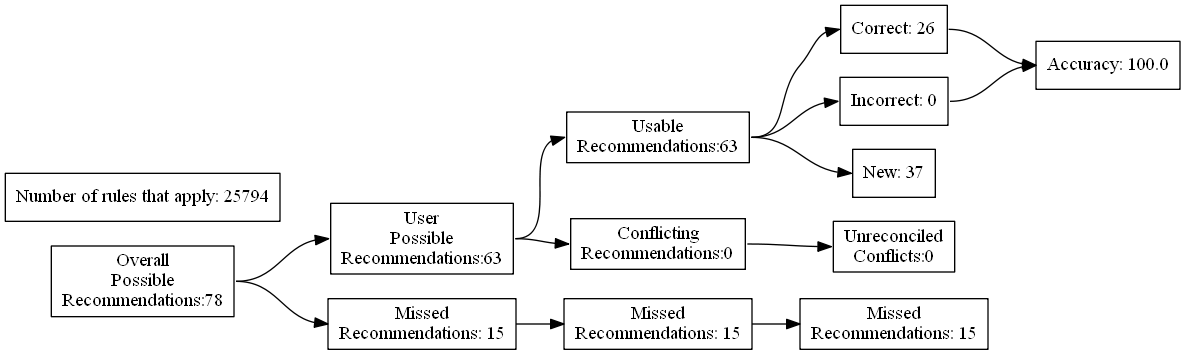
ZaxR/ibd_diet_analysis keeps this Graphviz diagram as test_renders/46.gv.png. Above is the earlier version. Its source is kept beside it as test_renders/46.gv.
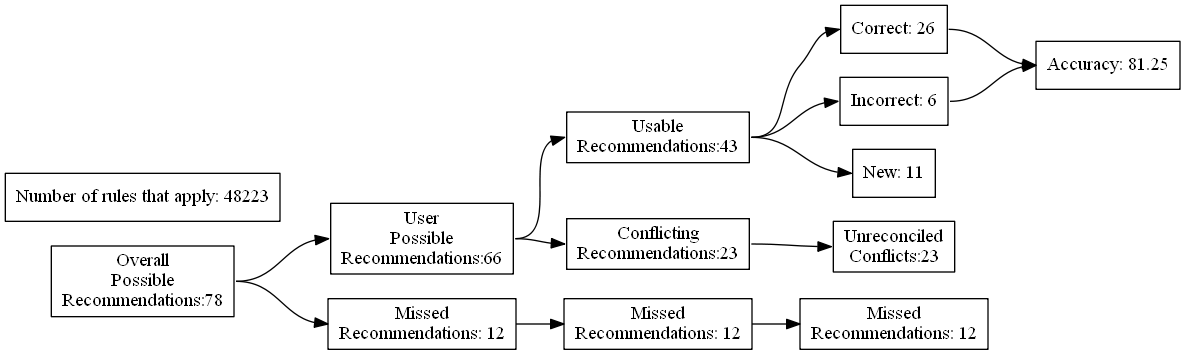
After the commit.

Change to the diagram source:
```diff
@@ -7,24 +7,24 @@
 Recommendations:78"]
 		B [label="User
 Possible
-Recommendations:63"]
+Recommendations:66"]
 		C [label="Missed
-Recommendations: 15"]
+Recommendations: 12"]
 		D [label="Usable
-Recommendations:63"]
+Recommendations:43"]
 		E [label="Conflicting
-Recommendations:0"]
+Recommendations:23"]
 		J [label="Missed
-Recommendations: 15"]
+Recommendations: 12"]
 		M [label="Unreconciled
-Conflicts:0"]
+Conflicts:23"]
 		F [label="Correct: 26"]
-		G [label="Incorrect: 0"]
-		H [label="New: 37"]
+		G [label="Incorrect: 6"]
+		H [label="New: 11"]
 		K [label="Missed
-Recommendations: 15"]
-		I [label="Accuracy: 100.0"]
-		l [label="Number of rules that apply: 25794"]
+Recommendations: 12"]
+		I [label="Accuracy: 81.25"]
+		l [label="Number of rules that apply: 48223"]
 			A -> B
 			A -> C
 			B -> D
```
